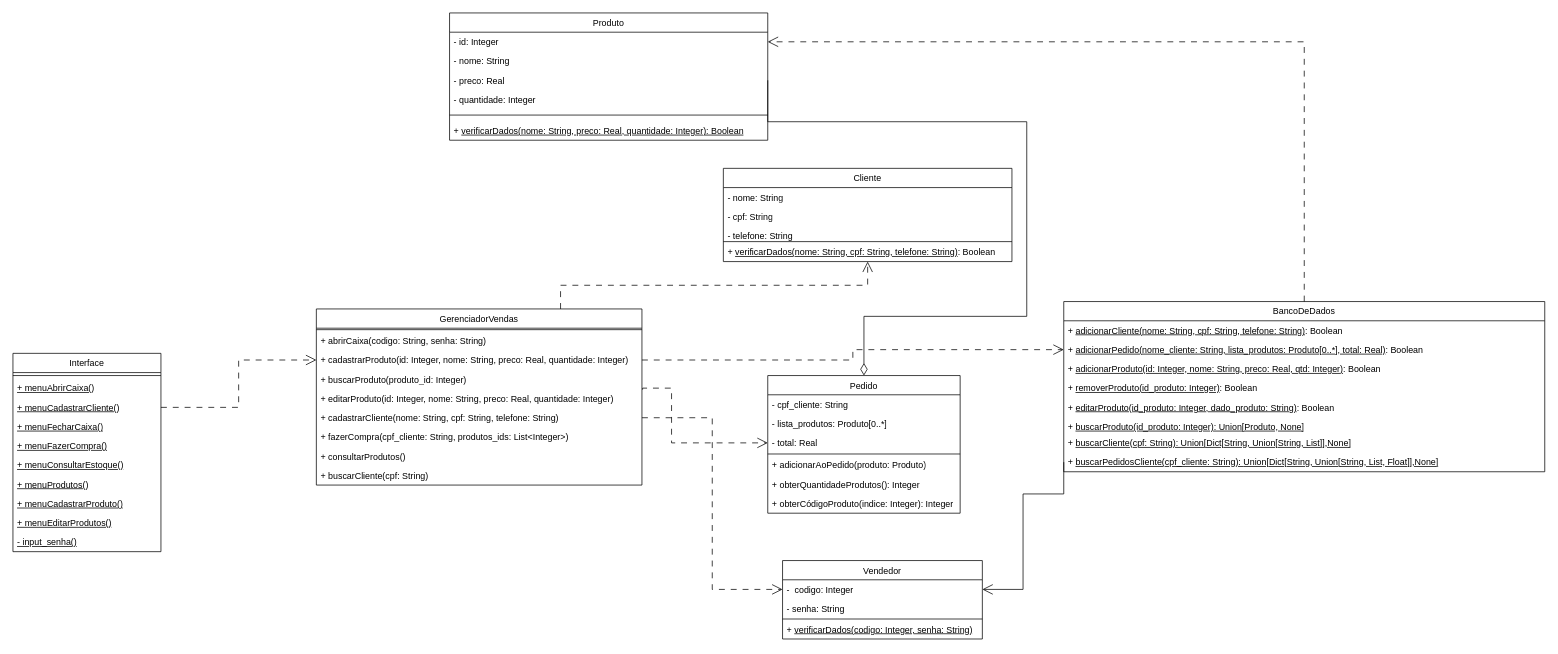
Earlier version of the draw.io diagram CASOS_DE_USO/diagrama_de_classes.drawio (guifrazao/PROJETO_ESW1). Source tidied: cells renumbered, new cells numbered last; positions are measured from the earlier drawing's top-left corner, leaving out a move shared by most shapes. Both pictures are drawn from the tidied source at 74%, with x=0, y=0 at pixel (13, 13).
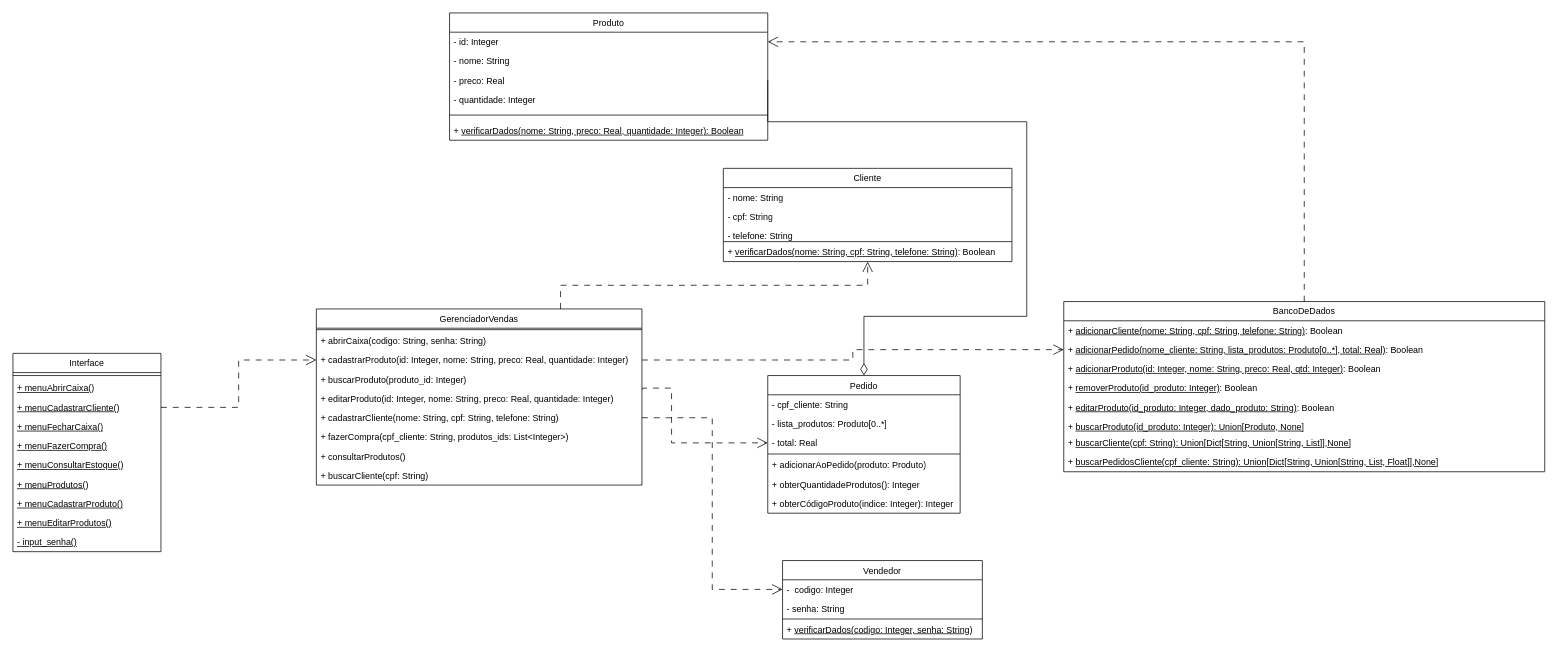
The same page after the edit.

The change refers to these unchanged cells:
```xml
<mxCell id="17" value="+ &lt;u&gt;buscarPedidosCliente(cpf_cliente: String): &lt;/u&gt;&lt;u&gt;Union[Dict[String, Union[String, List, Float]],None]&lt;/u&gt;" style="text;strokeColor=none;fillColor=none;align=left;verticalAlign=top;spacingLeft=4;spacingRight=4;overflow=hidden;points=[[0,0.5],[1,0.5]];portConstraint=eastwest;whiteSpace=wrap;html=1;" parent="9" vertex="1">
  <mxGeometry y="204" width="650" height="26" as="geometry" />
</mxCell>
<mxCell id="37" value="-&amp;nbsp; codigo: Integer" style="text;strokeColor=none;fillColor=none;align=left;verticalAlign=top;spacingLeft=4;spacingRight=4;overflow=hidden;points=[[0,0.5],[1,0.5]];portConstraint=eastwest;whiteSpace=wrap;html=1;" parent="36" vertex="1">
  <mxGeometry y="26" width="270" height="26" as="geometry" />
</mxCell>
```

Diff of the diagram source:
```diff
@@
-    <mxCell id="65" style="endArrow=open;endFill=1;endSize=12;html=1;rounded=0;entryX=1;entryY=0.5;entryDx=0;entryDy=0;exitX=0;exitY=0.5;exitDx=0;exitDy=0;edgeStyle=orthogonalEdgeStyle;" parent="1" edge="1" source="17" target="37">
-      <mxGeometry relative="1" as="geometry">
-        <Array as="points">
-          <mxPoint x="1420" y="650" />
-          <mxPoint x="1365" y="650" />
-          <mxPoint x="1365" y="779" />
-        </Array>
-      </mxGeometry>
-    </mxCell>
```
